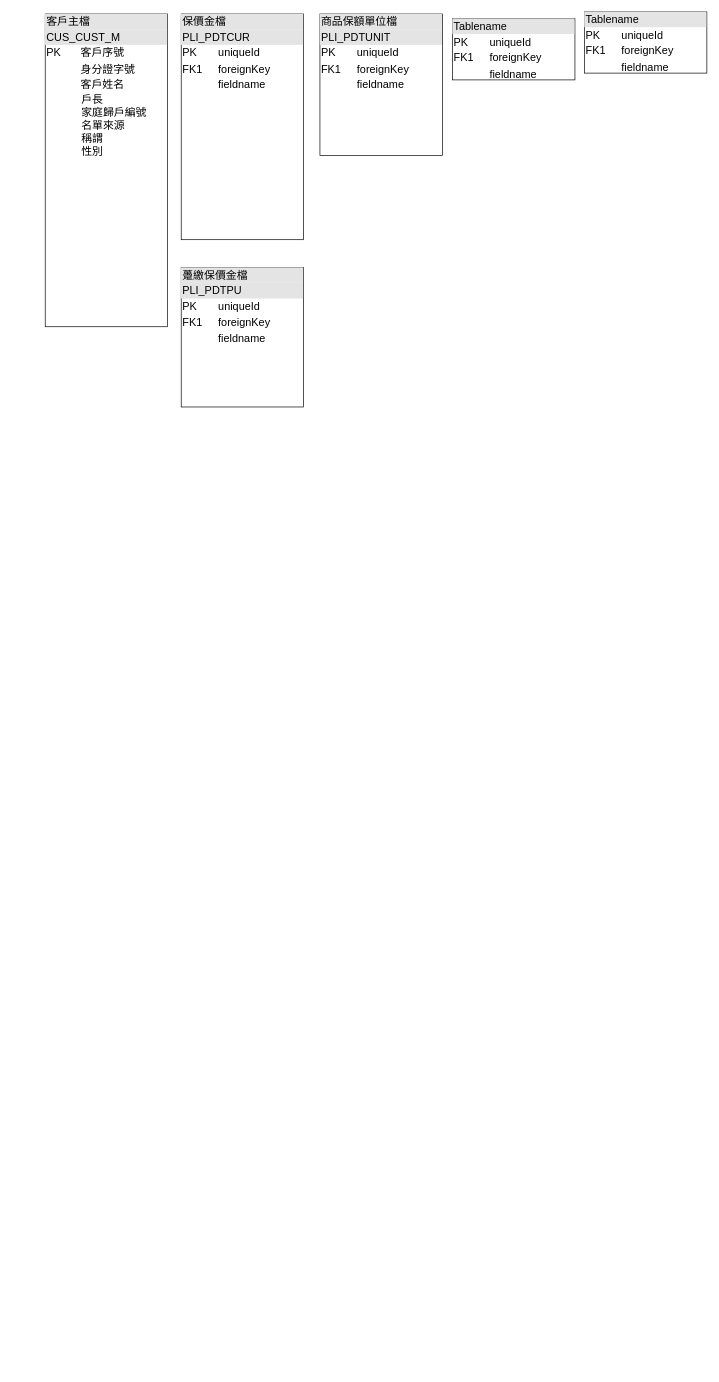
YiHsuanLi0113/- keeps this draw.io diagram as 未命名绘图.drawio. Above is the earlier version. Source tidied: cells renumbered, new cells numbered last; positions are measured from the earlier drawing's top-left corner, leaving out a move shared by most shapes. Both pictures are drawn from the tidied source at 68%, with x=0, y=0 at pixel (45, 12).
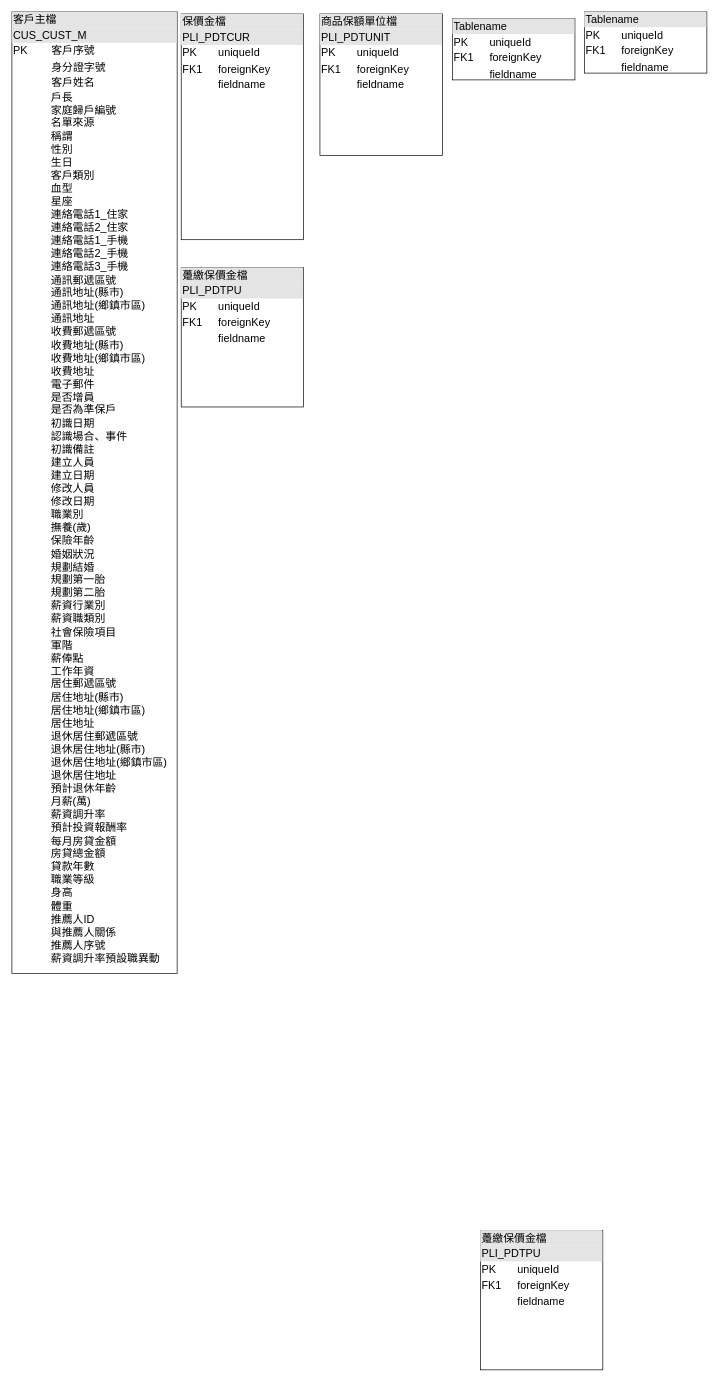
The same page after the edit.

Commit message:
SKLI_SFA_M

Diff of the diagram source:
```diff
@@
 <mxGraphModel>
   <root>
     <mxCell id="0" />
     <mxCell id="1" parent="0" />
-    <mxCell id="2" value="&lt;div style=&quot;box-sizing:border-box;width:100%;background:#e4e4e4;padding:2px;&quot;&gt;客戶主檔&lt;/div&gt;&lt;div style=&quot;box-sizing:border-box;width:100%;background:#e4e4e4;padding:2px;&quot;&gt;CUS_CUST_M&lt;/div&gt;&lt;table style=&quot;width:100%;font-size:1em;&quot; cellpadding=&quot;2&quot; cellspacing=&quot;0&quot;&gt;&lt;tbody&gt;&lt;tr&gt;&lt;td&gt;PK&lt;/td&gt;&lt;td&gt;&amp;nbsp; &amp;nbsp;客戶序號&lt;/td&gt;&lt;/tr&gt;&lt;tr&gt;&lt;td&gt;&lt;br&gt;&lt;/td&gt;&lt;td&gt;&amp;nbsp; &amp;nbsp;身分證字號&lt;/td&gt;&lt;/tr&gt;&lt;tr&gt;&lt;td&gt;&lt;/td&gt;&lt;td&gt;&amp;nbsp; &amp;nbsp;客戶姓名&lt;br&gt;&lt;/td&gt;&lt;/tr&gt;&lt;/tbody&gt;&lt;/table&gt;&amp;nbsp; &amp;nbsp; &amp;nbsp; &amp;nbsp; &amp;nbsp; &amp;nbsp; 戶長&lt;br&gt;&amp;nbsp; &amp;nbsp; &amp;nbsp; &amp;nbsp; &amp;nbsp; &amp;nbsp; 家庭歸戶編號&lt;br&gt;&amp;nbsp; &amp;nbsp; &amp;nbsp; &amp;nbsp; &amp;nbsp; &amp;nbsp; 名單來源&lt;br&gt;&amp;nbsp; &amp;nbsp; &amp;nbsp; &amp;nbsp; &amp;nbsp; &amp;nbsp; 稱謂&lt;br&gt;&amp;nbsp; &amp;nbsp; &amp;nbsp; &amp;nbsp; &amp;nbsp; &amp;nbsp; 性別" style="verticalAlign=top;align=left;overflow=fill;html=1;whiteSpace=wrap;fontSize=16;" parent="1" vertex="1">
-      <mxGeometry y="3" width="180" height="460" as="geometry" />
+    <mxCell id="2" value="&lt;div style=&quot;box-sizing:border-box;width:100%;background:#e4e4e4;padding:2px;&quot;&gt;客戶主檔&lt;/div&gt;&lt;div style=&quot;box-sizing:border-box;width:100%;background:#e4e4e4;padding:2px;&quot;&gt;CUS_CUST_M&lt;/div&gt;&lt;table style=&quot;width:100%;font-size:1em;&quot; cellpadding=&quot;2&quot; cellspacing=&quot;0&quot;&gt;&lt;tbody&gt;&lt;tr&gt;&lt;td&gt;PK&lt;/td&gt;&lt;td&gt;客戶序號&lt;/td&gt;&lt;/tr&gt;&lt;tr&gt;&lt;td&gt;&lt;br&gt;&lt;/td&gt;&lt;td&gt;身分證字號&lt;/td&gt;&lt;/tr&gt;&lt;tr&gt;&lt;td&gt;&lt;/td&gt;&lt;td&gt;客戶姓名&lt;br&gt;&lt;/td&gt;&lt;/tr&gt;&lt;/tbody&gt;&lt;/table&gt;&amp;nbsp; &amp;nbsp; &amp;nbsp; &amp;nbsp; &amp;nbsp; &amp;nbsp; &amp;nbsp;戶長&lt;br&gt;&amp;nbsp; &amp;nbsp; &amp;nbsp; &amp;nbsp; &amp;nbsp; &amp;nbsp; &amp;nbsp;家庭歸戶編號&lt;br&gt;&amp;nbsp; &amp;nbsp; &amp;nbsp; &amp;nbsp; &amp;nbsp; &amp;nbsp; &amp;nbsp;名單來源&lt;br&gt;&amp;nbsp; &amp;nbsp; &amp;nbsp; &amp;nbsp; &amp;nbsp; &amp;nbsp; &amp;nbsp;稱謂&lt;br&gt;&amp;nbsp; &amp;nbsp; &amp;nbsp; &amp;nbsp; &amp;nbsp; &amp;nbsp; &amp;nbsp;性別&lt;br&gt;&amp;nbsp; &amp;nbsp; &amp;nbsp; &amp;nbsp; &amp;nbsp; &amp;nbsp; &amp;nbsp;生日&lt;br&gt;&amp;nbsp; &amp;nbsp; &amp;nbsp; &amp;nbsp; &amp;nbsp; &amp;nbsp; &amp;nbsp;客戶類別&lt;br&gt;&amp;nbsp; &amp;nbsp; &amp;nbsp; &amp;nbsp; &amp;nbsp; &amp;nbsp; &amp;nbsp;血型&lt;br&gt;&amp;nbsp; &amp;nbsp; &amp;nbsp; &amp;nbsp; &amp;nbsp; &amp;nbsp; &amp;nbsp;星座&lt;br&gt;&amp;nbsp; &amp;nbsp; &amp;nbsp; &amp;nbsp; &amp;nbsp; &amp;nbsp; &amp;nbsp;連絡電話1_住家&lt;br&gt;&amp;nbsp; &amp;nbsp; &amp;nbsp; &amp;nbsp; &amp;nbsp; &amp;nbsp; &amp;nbsp;連絡電話2_住家&lt;br&gt;&amp;nbsp; &amp;nbsp; &amp;nbsp; &amp;nbsp; &amp;nbsp; &amp;nbsp; &amp;nbsp;連絡電話1_手機&lt;br&gt;&amp;nbsp; &amp;nbsp; &amp;nbsp; &amp;nbsp; &amp;nbsp; &amp;nbsp; &amp;nbsp;連絡電話2_手機&lt;br&gt;&amp;nbsp; &amp;nbsp; &amp;nbsp; &amp;nbsp; &amp;nbsp; &amp;nbsp; &amp;nbsp;連絡電話3_手機&lt;br&gt;&amp;nbsp; &amp;nbsp; &amp;nbsp; &amp;nbsp; &amp;nbsp; &amp;nbsp; &amp;nbsp;通訊郵遞區號&lt;br&gt;&amp;nbsp; &amp;nbsp; &amp;nbsp; &amp;nbsp; &amp;nbsp; &amp;nbsp; &amp;nbsp;通訊地址(縣市)&lt;br&gt;&amp;nbsp; &amp;nbsp; &amp;nbsp; &amp;nbsp; &amp;nbsp; &amp;nbsp; &amp;nbsp;通訊地址(鄉鎮市區)&lt;br&gt;&amp;nbsp; &amp;nbsp; &amp;nbsp; &amp;nbsp; &amp;nbsp; &amp;nbsp; &amp;nbsp;通訊地址&lt;br&gt;&amp;nbsp; &amp;nbsp; &amp;nbsp; &amp;nbsp; &amp;nbsp; &amp;nbsp; &amp;nbsp;收費郵遞區號&lt;br&gt;&amp;nbsp; &amp;nbsp; &amp;nbsp; &amp;nbsp; &amp;nbsp; &amp;nbsp; &amp;nbsp;收費地址(縣市)&lt;br&gt;&amp;nbsp; &amp;nbsp; &amp;nbsp; &amp;nbsp; &amp;nbsp; &amp;nbsp; &amp;nbsp;收費地址(鄉鎮市區)&lt;br&gt;&amp;nbsp; &amp;nbsp; &amp;nbsp; &amp;nbsp; &amp;nbsp; &amp;nbsp; &amp;nbsp;收費地址&lt;br&gt;&amp;nbsp; &amp;nbsp; &amp;nbsp; &amp;nbsp; &amp;nbsp; &amp;nbsp; &amp;nbsp;電子郵件&lt;br&gt;&amp;nbsp; &amp;nbsp; &amp;nbsp; &amp;nbsp; &amp;nbsp; &amp;nbsp; &amp;nbsp;是否增員&amp;nbsp;&lt;br&gt;&amp;nbsp; &amp;nbsp; &amp;nbsp; &amp;nbsp; &amp;nbsp; &amp;nbsp; &amp;nbsp;是否為準保戶&lt;br&gt;&amp;nbsp; &amp;nbsp; &amp;nbsp; &amp;nbsp; &amp;nbsp; &amp;nbsp; &amp;nbsp;初識日期&lt;br&gt;&amp;nbsp; &amp;nbsp; &amp;nbsp; &amp;nbsp; &amp;nbsp; &amp;nbsp; &amp;nbsp;認識場合、事件&lt;br&gt;&amp;nbsp; &amp;nbsp; &amp;nbsp; &amp;nbsp; &amp;nbsp; &amp;nbsp; &amp;nbsp;初識備註&lt;br&gt;&amp;nbsp; &amp;nbsp; &amp;nbsp; &amp;nbsp; &amp;nbsp; &amp;nbsp; &amp;nbsp;建立人員&lt;br&gt;&amp;nbsp; &amp;nbsp; &amp;nbsp; &amp;nbsp; &amp;nbsp; &amp;nbsp; &amp;nbsp;建立日期&lt;br&gt;&amp;nbsp; &amp;nbsp; &amp;nbsp; &amp;nbsp; &amp;nbsp; &amp;nbsp; &amp;nbsp;修改人員&lt;br&gt;&amp;nbsp; &amp;nbsp; &amp;nbsp; &amp;nbsp; &amp;nbsp; &amp;nbsp; &amp;nbsp;修改日期&lt;br&gt;&amp;nbsp; &amp;nbsp; &amp;nbsp; &amp;nbsp; &amp;nbsp; &amp;nbsp; &amp;nbsp;職業別&lt;br&gt;&amp;nbsp; &amp;nbsp; &amp;nbsp; &amp;nbsp; &amp;nbsp; &amp;nbsp; &amp;nbsp;撫養(歲)&lt;br&gt;&amp;nbsp; &amp;nbsp; &amp;nbsp; &amp;nbsp; &amp;nbsp; &amp;nbsp; &amp;nbsp;保險年齡&lt;br&gt;&amp;nbsp; &amp;nbsp; &amp;nbsp; &amp;nbsp; &amp;nbsp; &amp;nbsp; &amp;nbsp;婚姻狀況&lt;br&gt;&amp;nbsp; &amp;nbsp; &amp;nbsp; &amp;nbsp; &amp;nbsp; &amp;nbsp; &amp;nbsp;規劃結婚&lt;br&gt;&amp;nbsp; &amp;nbsp; &amp;nbsp; &amp;nbsp; &amp;nbsp; &amp;nbsp; &amp;nbsp;規劃第一胎&lt;br&gt;&amp;nbsp; &amp;nbsp; &amp;nbsp; &amp;nbsp; &amp;nbsp; &amp;nbsp; &amp;nbsp;規劃第二胎&lt;br&gt;&amp;nbsp; &amp;nbsp; &amp;nbsp; &amp;nbsp; &amp;nbsp; &amp;nbsp; &amp;nbsp;薪資行業別&lt;br&gt;&amp;nbsp; &amp;nbsp; &amp;nbsp; &amp;nbsp; &amp;nbsp; &amp;nbsp; &amp;nbsp;薪資職類別&lt;br&gt;&amp;nbsp; &amp;nbsp; &amp;nbsp; &amp;nbsp; &amp;nbsp; &amp;nbsp; &amp;nbsp;社會保險項目&lt;br&gt;&amp;nbsp; &amp;nbsp; &amp;nbsp; &amp;nbsp; &amp;nbsp; &amp;nbsp; &amp;nbsp;軍階&lt;br&gt;&amp;nbsp; &amp;nbsp; &amp;nbsp; &amp;nbsp; &amp;nbsp; &amp;nbsp; &amp;nbsp;薪俸點&lt;br&gt;&amp;nbsp; &amp;nbsp; &amp;nbsp; &amp;nbsp; &amp;nbsp; &amp;nbsp; &amp;nbsp;工作年資&lt;br&gt;&amp;nbsp; &amp;nbsp; &amp;nbsp; &amp;nbsp; &amp;nbsp; &amp;nbsp; &amp;nbsp;居住郵遞區號&lt;br&gt;&amp;nbsp; &amp;nbsp; &amp;nbsp; &amp;nbsp; &amp;nbsp; &amp;nbsp; &amp;nbsp;居住地址(縣市)&lt;br&gt;&amp;nbsp; &amp;nbsp; &amp;nbsp; &amp;nbsp; &amp;nbsp; &amp;nbsp; &amp;nbsp;居住地址(鄉鎮市區)&lt;br&gt;&amp;nbsp; &amp;nbsp; &amp;nbsp; &amp;nbsp; &amp;nbsp; &amp;nbsp; &amp;nbsp;居住地址&lt;br&gt;&amp;nbsp; &amp;nbsp; &amp;nbsp; &amp;nbsp; &amp;nbsp; &amp;nbsp; &amp;nbsp;退休居住郵遞區號&lt;br&gt;&amp;nbsp; &amp;nbsp; &amp;nbsp; &amp;nbsp; &amp;nbsp; &amp;nbsp; &amp;nbsp;退休居住地址(縣市)&lt;br&gt;&amp;nbsp; &amp;nbsp; &amp;nbsp; &amp;nbsp; &amp;nbsp; &amp;nbsp; &amp;nbsp;退休居住地址(鄉鎮市區)&lt;br&gt;&amp;nbsp; &amp;nbsp; &amp;nbsp; &amp;nbsp; &amp;nbsp; &amp;nbsp; &amp;nbsp;退休居住地址&lt;br&gt;&amp;nbsp; &amp;nbsp; &amp;nbsp; &amp;nbsp; &amp;nbsp; &amp;nbsp; &amp;nbsp;預計退休年齡&lt;br&gt;&amp;nbsp; &amp;nbsp; &amp;nbsp; &amp;nbsp; &amp;nbsp; &amp;nbsp; &amp;nbsp;月薪(萬)&lt;br&gt;&amp;nbsp; &amp;nbsp; &amp;nbsp; &amp;nbsp; &amp;nbsp; &amp;nbsp; &amp;nbsp;薪資調升率&lt;br&gt;&amp;nbsp; &amp;nbsp; &amp;nbsp; &amp;nbsp; &amp;nbsp; &amp;nbsp; &amp;nbsp;預計投資報酬率&lt;br&gt;&amp;nbsp; &amp;nbsp; &amp;nbsp; &amp;nbsp; &amp;nbsp; &amp;nbsp; &amp;nbsp;每月房貸金額&lt;br&gt;&amp;nbsp; &amp;nbsp; &amp;nbsp; &amp;nbsp; &amp;nbsp; &amp;nbsp; &amp;nbsp;房貸總金額&lt;br&gt;&amp;nbsp; &amp;nbsp; &amp;nbsp; &amp;nbsp; &amp;nbsp; &amp;nbsp; &amp;nbsp;貸款年數&lt;br&gt;&amp;nbsp; &amp;nbsp; &amp;nbsp; &amp;nbsp; &amp;nbsp; &amp;nbsp; &amp;nbsp;職業等級&lt;br&gt;&amp;nbsp; &amp;nbsp; &amp;nbsp; &amp;nbsp; &amp;nbsp; &amp;nbsp; &amp;nbsp;身高&lt;br&gt;&amp;nbsp; &amp;nbsp; &amp;nbsp; &amp;nbsp; &amp;nbsp; &amp;nbsp; &amp;nbsp;體重&lt;br&gt;&amp;nbsp; &amp;nbsp; &amp;nbsp; &amp;nbsp; &amp;nbsp; &amp;nbsp; &amp;nbsp;推薦人ID&lt;br&gt;&amp;nbsp; &amp;nbsp; &amp;nbsp; &amp;nbsp; &amp;nbsp; &amp;nbsp; &amp;nbsp;與推薦人關係&lt;br&gt;&amp;nbsp; &amp;nbsp; &amp;nbsp; &amp;nbsp; &amp;nbsp; &amp;nbsp; &amp;nbsp;推薦人序號&lt;br&gt;&amp;nbsp; &amp;nbsp; &amp;nbsp; &amp;nbsp; &amp;nbsp; &amp;nbsp; &amp;nbsp;薪資調升率預設職異動" style="verticalAlign=top;align=left;overflow=fill;html=1;whiteSpace=wrap;fontSize=16;" parent="1" vertex="1">
+      <mxGeometry x="-49" width="243" height="1414" as="geometry" />
     </mxCell>
     <mxCell id="3" value="&lt;div style=&quot;box-sizing:border-box;width:100%;background:#e4e4e4;padding:2px;&quot;&gt;保價金檔&lt;/div&gt;&lt;div style=&quot;box-sizing:border-box;width:100%;background:#e4e4e4;padding:2px;&quot;&gt;PLI_PDTCUR&lt;/div&gt;&lt;table style=&quot;width:100%;font-size:1em;&quot; cellpadding=&quot;2&quot; cellspacing=&quot;0&quot;&gt;&lt;tbody&gt;&lt;tr&gt;&lt;td&gt;PK&lt;/td&gt;&lt;td&gt;uniqueId&lt;/td&gt;&lt;/tr&gt;&lt;tr&gt;&lt;td&gt;FK1&lt;/td&gt;&lt;td&gt;foreignKey&lt;/td&gt;&lt;/tr&gt;&lt;tr&gt;&lt;td&gt;&lt;/td&gt;&lt;td&gt;fieldname&lt;/td&gt;&lt;/tr&gt;&lt;/tbody&gt;&lt;/table&gt;" style="verticalAlign=top;align=left;overflow=fill;html=1;whiteSpace=wrap;fontSize=16;" parent="1" vertex="1">
       <mxGeometry x="200" y="3" width="180" height="332" as="geometry" />
     </mxCell>
     <mxCell id="4" value="&lt;div style=&quot;box-sizing:border-box;width:100%;background:#e4e4e4;padding:2px;&quot;&gt;商品保額單位檔&lt;/div&gt;&lt;div style=&quot;box-sizing:border-box;width:100%;background:#e4e4e4;padding:2px;&quot;&gt;PLI_PDTUNIT&lt;/div&gt;&lt;table style=&quot;width:100%;font-size:1em;&quot; cellpadding=&quot;2&quot; cellspacing=&quot;0&quot;&gt;&lt;tbody&gt;&lt;tr&gt;&lt;td&gt;PK&lt;/td&gt;&lt;td&gt;uniqueId&lt;/td&gt;&lt;/tr&gt;&lt;tr&gt;&lt;td&gt;FK1&lt;/td&gt;&lt;td&gt;foreignKey&lt;/td&gt;&lt;/tr&gt;&lt;tr&gt;&lt;td&gt;&lt;/td&gt;&lt;td&gt;fieldname&lt;/td&gt;&lt;/tr&gt;&lt;/tbody&gt;&lt;/table&gt;" style="verticalAlign=top;align=left;overflow=fill;html=1;whiteSpace=wrap;fontSize=16;" parent="1" vertex="1">
       <mxGeometry x="404" y="3" width="180" height="208" as="geometry" />
     </mxCell>
     <mxCell id="5" value="&lt;div style=&quot;box-sizing:border-box;width:100%;background:#e4e4e4;padding:2px;&quot;&gt;Tablename&lt;/div&gt;&lt;table style=&quot;width:100%;font-size:1em;&quot; cellpadding=&quot;2&quot; cellspacing=&quot;0&quot;&gt;&lt;tr&gt;&lt;td&gt;PK&lt;/td&gt;&lt;td&gt;uniqueId&lt;/td&gt;&lt;/tr&gt;&lt;tr&gt;&lt;td&gt;FK1&lt;/td&gt;&lt;td&gt;foreignKey&lt;/td&gt;&lt;/tr&gt;&lt;tr&gt;&lt;td&gt;&lt;/td&gt;&lt;td&gt;fieldname&lt;/td&gt;&lt;/tr&gt;&lt;/table&gt;" style="verticalAlign=top;align=left;overflow=fill;html=1;whiteSpace=wrap;fontSize=16;" parent="1" vertex="1">
       <mxGeometry x="793" width="180" height="90" as="geometry" />
     </mxCell>
     <mxCell id="6" value="&lt;div style=&quot;box-sizing:border-box;width:100%;background:#e4e4e4;padding:2px;&quot;&gt;Tablename&lt;/div&gt;&lt;table style=&quot;width:100%;font-size:1em;&quot; cellpadding=&quot;2&quot; cellspacing=&quot;0&quot;&gt;&lt;tr&gt;&lt;td&gt;PK&lt;/td&gt;&lt;td&gt;uniqueId&lt;/td&gt;&lt;/tr&gt;&lt;tr&gt;&lt;td&gt;FK1&lt;/td&gt;&lt;td&gt;foreignKey&lt;/td&gt;&lt;/tr&gt;&lt;tr&gt;&lt;td&gt;&lt;/td&gt;&lt;td&gt;fieldname&lt;/td&gt;&lt;/tr&gt;&lt;/table&gt;" style="verticalAlign=top;align=left;overflow=fill;html=1;whiteSpace=wrap;fontSize=16;" parent="1" vertex="1">
       <mxGeometry x="599" y="10" width="180" height="90" as="geometry" />
     </mxCell>
     <mxCell id="7" value="&lt;div style=&quot;box-sizing:border-box;width:100%;background:#e4e4e4;padding:2px;&quot;&gt;躉繳保價金檔&lt;/div&gt;&lt;div style=&quot;box-sizing:border-box;width:100%;background:#e4e4e4;padding:2px;&quot;&gt;PLI_PDTPU&lt;/div&gt;&lt;table style=&quot;width:100%;font-size:1em;&quot; cellpadding=&quot;2&quot; cellspacing=&quot;0&quot;&gt;&lt;tbody&gt;&lt;tr&gt;&lt;td&gt;PK&lt;/td&gt;&lt;td&gt;uniqueId&lt;/td&gt;&lt;/tr&gt;&lt;tr&gt;&lt;td&gt;FK1&lt;/td&gt;&lt;td&gt;foreignKey&lt;/td&gt;&lt;/tr&gt;&lt;tr&gt;&lt;td&gt;&lt;/td&gt;&lt;td&gt;fieldname&lt;/td&gt;&lt;/tr&gt;&lt;/tbody&gt;&lt;/table&gt;" style="verticalAlign=top;align=left;overflow=fill;html=1;whiteSpace=wrap;fontSize=16;" parent="1" vertex="1">
       <mxGeometry x="200" y="376" width="180" height="205" as="geometry" />
     </mxCell>
+    <mxCell id="8" value="&lt;div style=&quot;box-sizing:border-box;width:100%;background:#e4e4e4;padding:2px;&quot;&gt;躉繳保價金檔&lt;/div&gt;&lt;div style=&quot;box-sizing:border-box;width:100%;background:#e4e4e4;padding:2px;&quot;&gt;PLI_PDTPU&lt;/div&gt;&lt;table style=&quot;width:100%;font-size:1em;&quot; cellpadding=&quot;2&quot; cellspacing=&quot;0&quot;&gt;&lt;tbody&gt;&lt;tr&gt;&lt;td&gt;PK&lt;/td&gt;&lt;td&gt;uniqueId&lt;/td&gt;&lt;/tr&gt;&lt;tr&gt;&lt;td&gt;FK1&lt;/td&gt;&lt;td&gt;foreignKey&lt;/td&gt;&lt;/tr&gt;&lt;tr&gt;&lt;td&gt;&lt;/td&gt;&lt;td&gt;fieldname&lt;/td&gt;&lt;/tr&gt;&lt;/tbody&gt;&lt;/table&gt;" style="verticalAlign=top;align=left;overflow=fill;html=1;whiteSpace=wrap;fontSize=16;" parent="1" vertex="1">
+      <mxGeometry x="640" y="1792" width="180" height="205" as="geometry" />
+    </mxCell>
   </root>
 </mxGraphModel>
```
